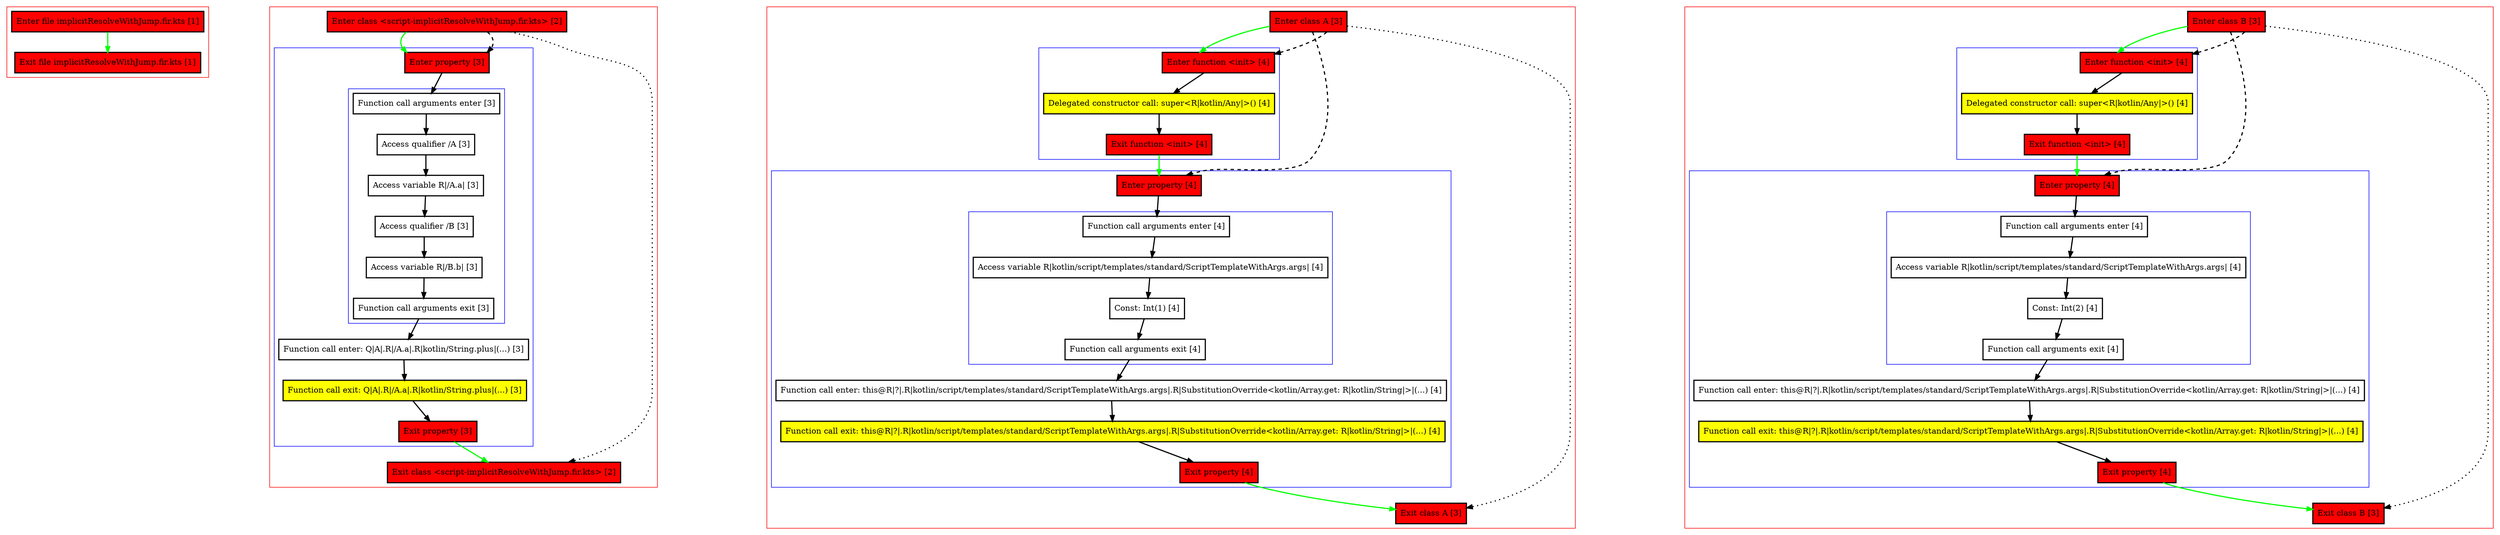
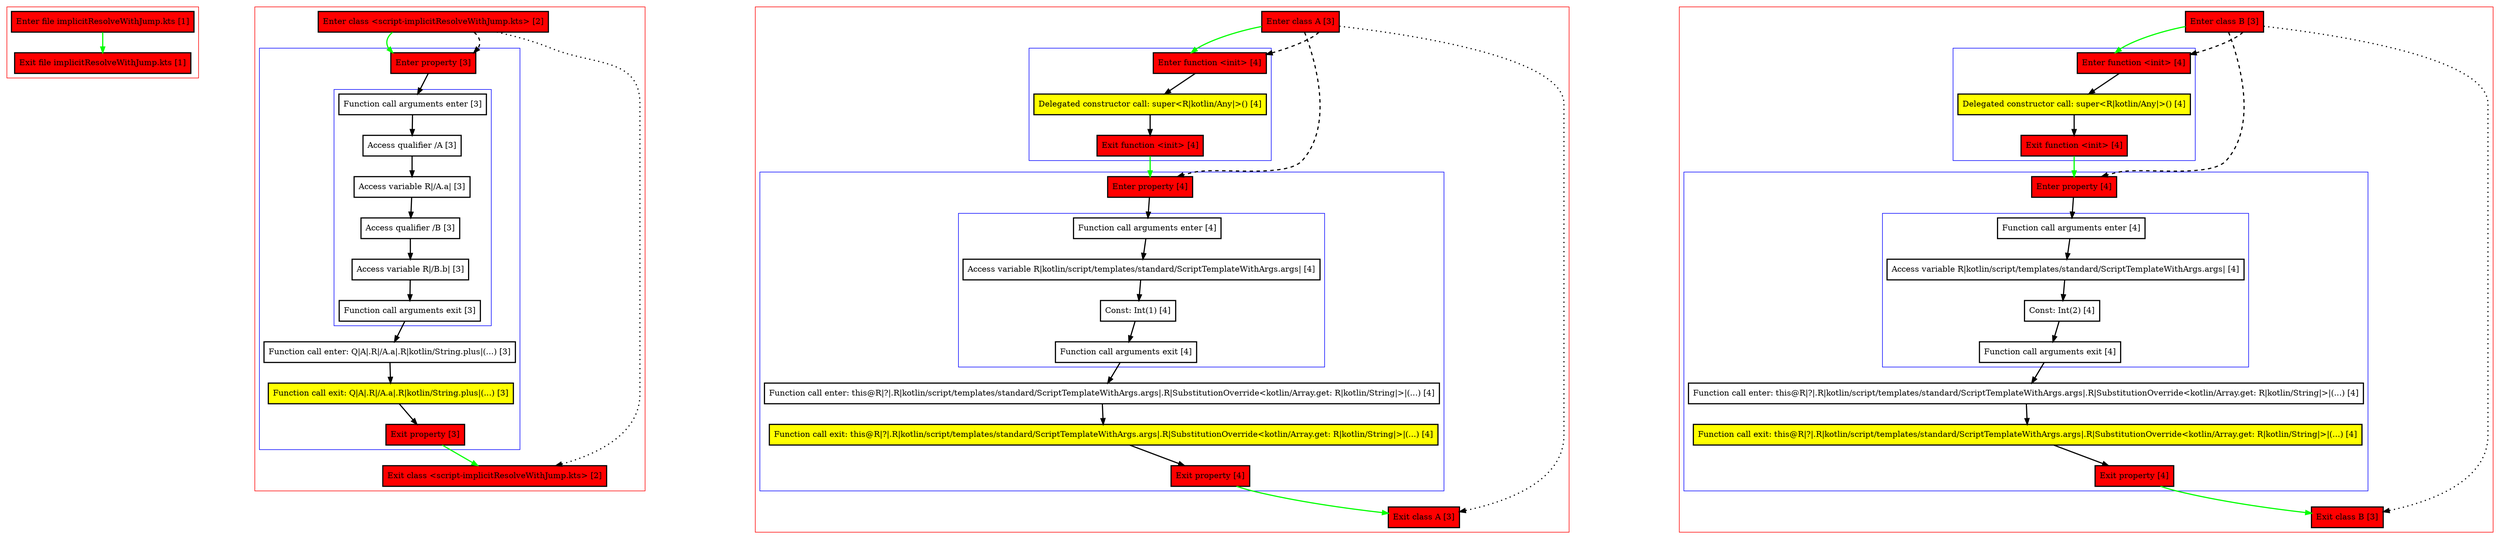
- digraph implicitResolveWithJump_fir_kts {
+ digraph implicitResolveWithJump_kts {
    graph [nodesep=3]
    node [shape=box penwidth=2]
    edge [penwidth=2]

    subgraph cluster_0 {
        color=red
-         0 [label="Enter file implicitResolveWithJump.fir.kts [1]" style="filled" fillcolor=red];
-         1 [label="Exit file implicitResolveWithJump.fir.kts [1]" style="filled" fillcolor=red];
+         0 [label="Enter file implicitResolveWithJump.kts [1]" style="filled" fillcolor=red];
+         1 [label="Exit file implicitResolveWithJump.kts [1]" style="filled" fillcolor=red];
    }
    0 -> {1} [color=green];

    subgraph cluster_1 {
        color=red
-         2 [label="Enter class <script-implicitResolveWithJump.fir.kts> [2]" style="filled" fillcolor=red];
+         2 [label="Enter class <script-implicitResolveWithJump.kts> [2]" style="filled" fillcolor=red];
        subgraph cluster_2 {
            color=blue
            3 [label="Enter property [3]" style="filled" fillcolor=red];
            subgraph cluster_3 {
                color=blue
                4 [label="Function call arguments enter [3]"];
                5 [label="Access qualifier /A [3]"];
                6 [label="Access variable R|/A.a| [3]"];
                7 [label="Access qualifier /B [3]"];
                8 [label="Access variable R|/B.b| [3]"];
                9 [label="Function call arguments exit [3]"];
            }
            10 [label="Function call enter: Q|A|.R|/A.a|.R|kotlin/String.plus|(...) [3]"];
            11 [label="Function call exit: Q|A|.R|/A.a|.R|kotlin/String.plus|(...) [3]" style="filled" fillcolor=yellow];
            12 [label="Exit property [3]" style="filled" fillcolor=red];
        }
-         13 [label="Exit class <script-implicitResolveWithJump.fir.kts> [2]" style="filled" fillcolor=red];
+         13 [label="Exit class <script-implicitResolveWithJump.kts> [2]" style="filled" fillcolor=red];
    }
    2 -> {3} [color=green];
    2 -> {13} [style=dotted];
    2 -> {3} [style=dashed];
    3 -> {4};
    4 -> {5};
    5 -> {6};
    6 -> {7};
    7 -> {8};
    8 -> {9};
    9 -> {10};
    10 -> {11};
    11 -> {12};
    12 -> {13} [color=green];

    subgraph cluster_4 {
        color=red
        14 [label="Enter class A [3]" style="filled" fillcolor=red];
        subgraph cluster_5 {
            color=blue
            15 [label="Enter function <init> [4]" style="filled" fillcolor=red];
            16 [label="Delegated constructor call: super<R|kotlin/Any|>() [4]" style="filled" fillcolor=yellow];
            17 [label="Exit function <init> [4]" style="filled" fillcolor=red];
        }
        subgraph cluster_6 {
            color=blue
            18 [label="Enter property [4]" style="filled" fillcolor=red];
            subgraph cluster_7 {
                color=blue
                19 [label="Function call arguments enter [4]"];
                20 [label="Access variable R|kotlin/script/templates/standard/ScriptTemplateWithArgs.args| [4]"];
                21 [label="Const: Int(1) [4]"];
                22 [label="Function call arguments exit [4]"];
            }
            23 [label="Function call enter: this@R|?|.R|kotlin/script/templates/standard/ScriptTemplateWithArgs.args|.R|SubstitutionOverride<kotlin/Array.get: R|kotlin/String|>|(...) [4]"];
            24 [label="Function call exit: this@R|?|.R|kotlin/script/templates/standard/ScriptTemplateWithArgs.args|.R|SubstitutionOverride<kotlin/Array.get: R|kotlin/String|>|(...) [4]" style="filled" fillcolor=yellow];
            25 [label="Exit property [4]" style="filled" fillcolor=red];
        }
        26 [label="Exit class A [3]" style="filled" fillcolor=red];
    }
    14 -> {15} [color=green];
    14 -> {26} [style=dotted];
    14 -> {15 18} [style=dashed];
    15 -> {16};
    16 -> {17};
    17 -> {18} [color=green];
    18 -> {19};
    19 -> {20};
    20 -> {21};
    21 -> {22};
    22 -> {23};
    23 -> {24};
    24 -> {25};
    25 -> {26} [color=green];

    subgraph cluster_8 {
        color=red
        27 [label="Enter class B [3]" style="filled" fillcolor=red];
        subgraph cluster_9 {
            color=blue
            28 [label="Enter function <init> [4]" style="filled" fillcolor=red];
            29 [label="Delegated constructor call: super<R|kotlin/Any|>() [4]" style="filled" fillcolor=yellow];
            30 [label="Exit function <init> [4]" style="filled" fillcolor=red];
        }
        subgraph cluster_10 {
            color=blue
            31 [label="Enter property [4]" style="filled" fillcolor=red];
            subgraph cluster_11 {
                color=blue
                32 [label="Function call arguments enter [4]"];
                33 [label="Access variable R|kotlin/script/templates/standard/ScriptTemplateWithArgs.args| [4]"];
                34 [label="Const: Int(2) [4]"];
                35 [label="Function call arguments exit [4]"];
            }
            36 [label="Function call enter: this@R|?|.R|kotlin/script/templates/standard/ScriptTemplateWithArgs.args|.R|SubstitutionOverride<kotlin/Array.get: R|kotlin/String|>|(...) [4]"];
            37 [label="Function call exit: this@R|?|.R|kotlin/script/templates/standard/ScriptTemplateWithArgs.args|.R|SubstitutionOverride<kotlin/Array.get: R|kotlin/String|>|(...) [4]" style="filled" fillcolor=yellow];
            38 [label="Exit property [4]" style="filled" fillcolor=red];
        }
        39 [label="Exit class B [3]" style="filled" fillcolor=red];
    }
    27 -> {28} [color=green];
    27 -> {39} [style=dotted];
    27 -> {28 31} [style=dashed];
    28 -> {29};
    29 -> {30};
    30 -> {31} [color=green];
    31 -> {32};
    32 -> {33};
    33 -> {34};
    34 -> {35};
    35 -> {36};
    36 -> {37};
    37 -> {38};
    38 -> {39} [color=green];

}
